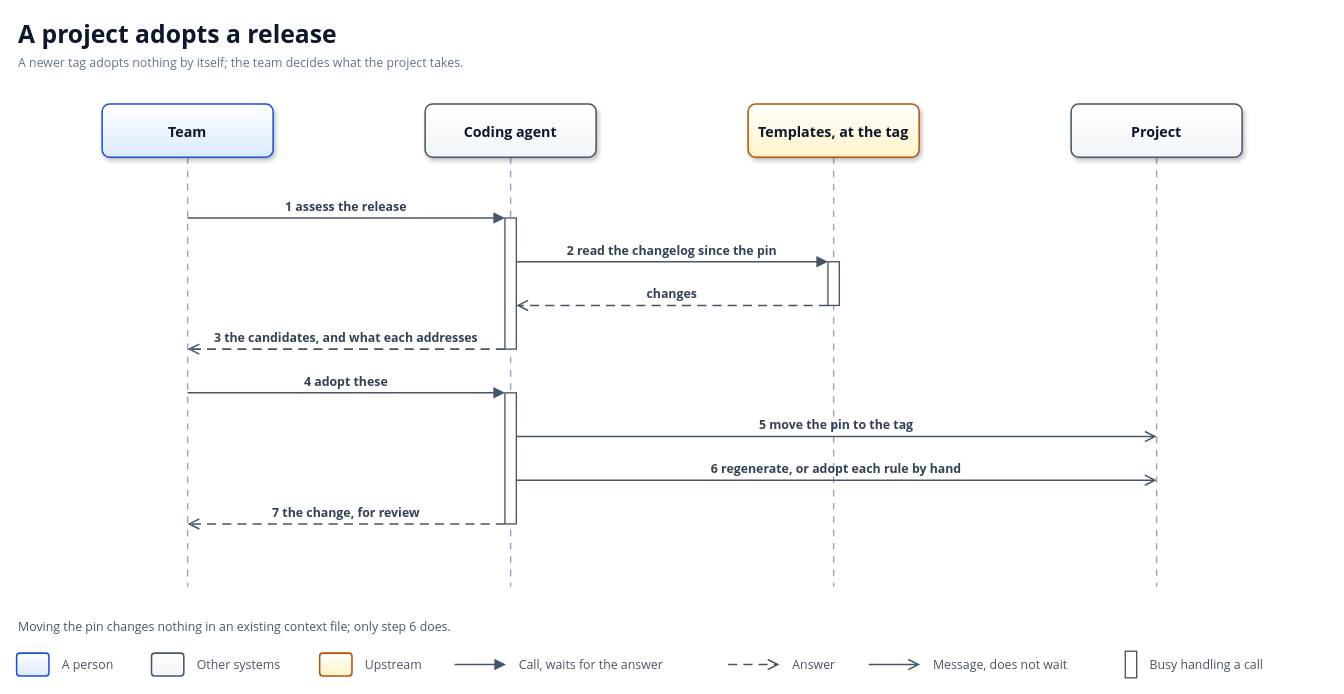
Above: docs/diagrams/runtime-adopt.drawio in solid-ai-dev/solid-ai-templates (draw.io), before the change. Source tidied: cells renumbered, new cells numbered last; positions are measured from the earlier drawing's top-left corner, leaving out a move shared by most shapes. Both pictures are drawn from the tidied source at 95%, with x=0, y=0 at pixel (16, 16).
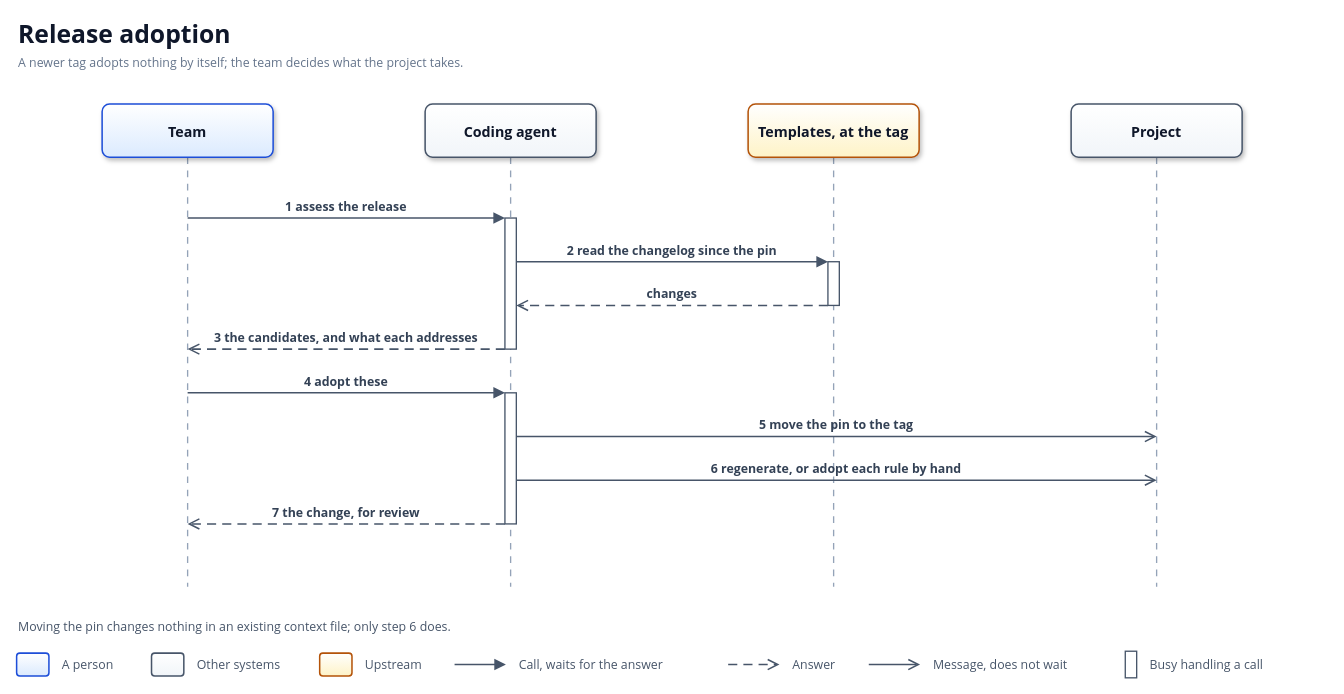
Above is the later version.

The edit, as a diff of the source:
```diff
@@
-    <mxCell id="6" value="A project adopts a release" style="text;html=1;whiteSpace=wrap;strokeColor=none;fillColor=none;align=left;verticalAlign=middle;fontFamily=Segoe UI;fontSize=26;fontColor=#0F172A;fontStyle=1;" parent="1" vertex="1">
+    <mxCell id="6" value="Release adoption" style="text;html=1;whiteSpace=wrap;strokeColor=none;fillColor=none;align=left;verticalAlign=middle;fontFamily=Segoe UI;fontSize=26;fontColor=#0F172A;fontStyle=1;" parent="1" vertex="1">
       <mxGeometry width="1380" height="36" as="geometry" />
     </mxCell>
```
